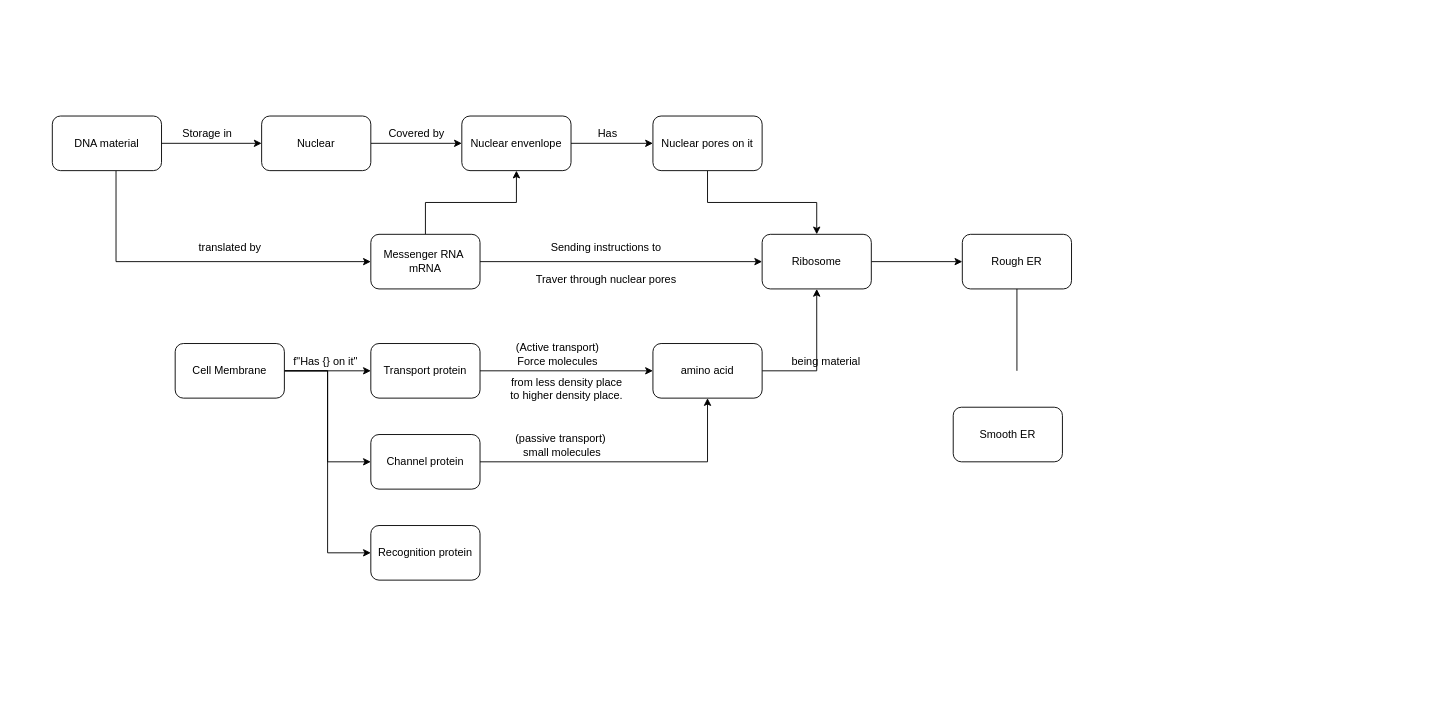
The draw.io diagram biology.drawio in lemuela1/LearnPython, before the edit. Source tidied: cells renumbered, new cells numbered last; positions are measured from the earlier drawing's top-left corner, leaving out a move shared by most shapes. Both pictures are drawn from the tidied source at 91%, with x=0, y=0 at pixel (52, 116).
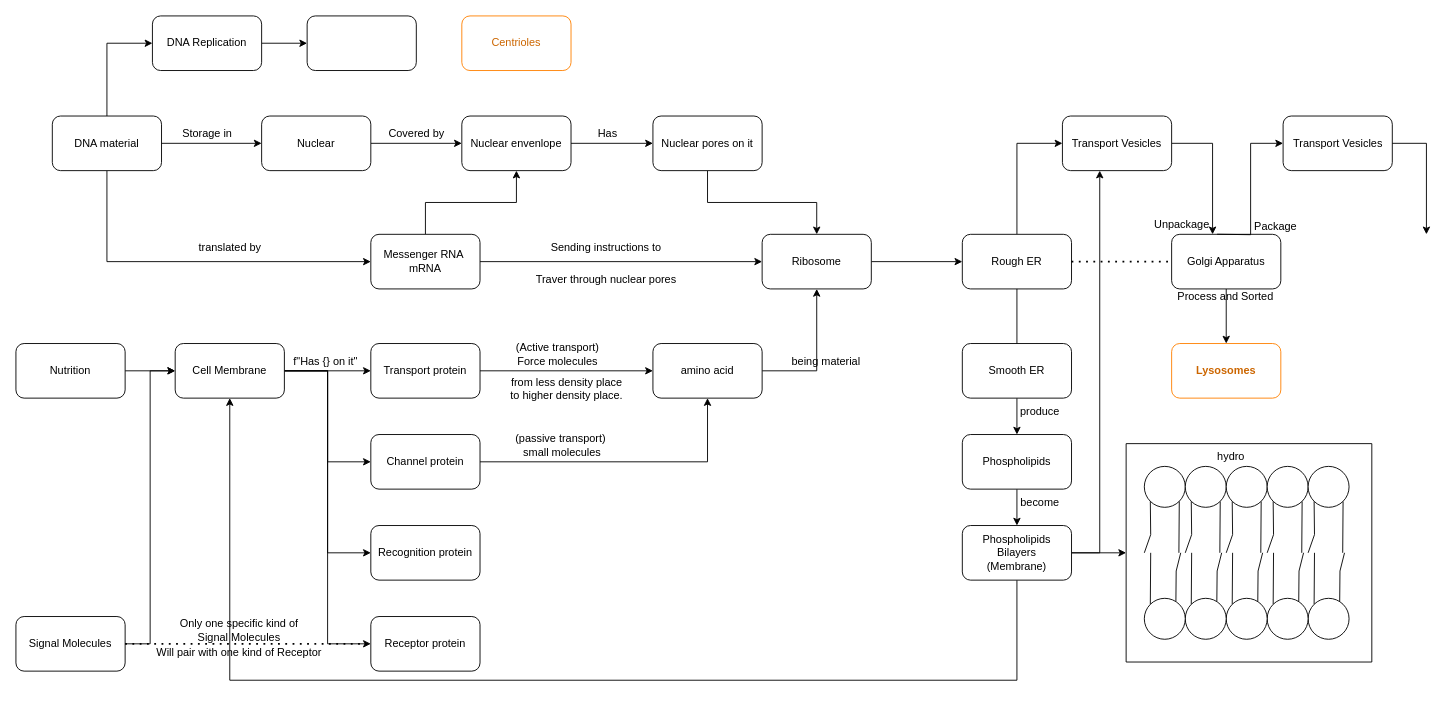
After the change.

The change refers to these unchanged cells:
```xml
<mxCell id="5" value="DNA material" style="rounded=1;whiteSpace=wrap;html=1;" parent="1" vertex="1">
  <mxGeometry width="120" height="60" as="geometry" />
</mxCell>
<mxCell id="16" value="Messenger RNA&amp;nbsp;&lt;br&gt;mRNA" style="rounded=1;whiteSpace=wrap;html=1;" parent="1" vertex="1">
  <mxGeometry x="350" y="130" width="120" height="60" as="geometry" />
</mxCell>
<mxCell id="28" value="Cell Membrane" style="rounded=1;whiteSpace=wrap;html=1;" parent="1" vertex="1">
  <mxGeometry x="135" y="250" width="120" height="60" as="geometry" />
</mxCell>
<mxCell id="41" value="Rough ER" style="rounded=1;whiteSpace=wrap;html=1;" parent="1" vertex="1">
  <mxGeometry x="1000" y="130" width="120" height="60" as="geometry" />
</mxCell>
```

Diff of the diagram source:
```diff
@@
     <mxCell id="4" style="edgeStyle=orthogonalEdgeStyle;rounded=0;jettySize=auto;html=1;entryX=0;entryY=0.5;entryDx=0;entryDy=0;" parent="1" edge="1" source="5" target="16">
       <mxGeometry relative="1" as="geometry">
         <Array as="points">
-          <mxPoint x="70" y="160" />
+          <mxPoint x="60" y="160" />
         </Array>
       </mxGeometry>
     </mxCell>
+    <mxCell id="44" style="edgeStyle=orthogonalEdgeStyle;rounded=0;jettySize=auto;html=1;fontColor=#CC6600;entryX=0;entryY=0.5;entryDx=0;entryDy=0;" parent="1" edge="1" source="5" target="120">
+      <mxGeometry relative="1" as="geometry" />
+    </mxCell>
@@
+    <mxCell id="45" style="edgeStyle=orthogonalEdgeStyle;rounded=0;jettySize=auto;html=1;entryX=0;entryY=0.5;entryDx=0;entryDy=0;" parent="1" edge="1" source="28" target="103">
+      <mxGeometry relative="1" as="geometry" />
+    </mxCell>
@@
+    <mxCell id="46" style="edgeStyle=orthogonalEdgeStyle;rounded=0;jettySize=auto;html=1;entryX=0;entryY=0.5;entryDx=0;entryDy=0;" parent="1" edge="1" source="41" target="109">
+      <mxGeometry relative="1" as="geometry" />
+    </mxCell>
@@
+    <mxCell id="47" style="edgeStyle=orthogonalEdgeStyle;rounded=0;jettySize=auto;html=1;exitX=0.5;exitY=1;exitDx=0;exitDy=0;entryX=0.5;entryY=0;entryDx=0;entryDy=0;" parent="1" edge="1" source="42" target="49">
+      <mxGeometry relative="1" as="geometry" />
+    </mxCell>
     <mxCell id="42" value="Smooth ER" style="rounded=1;whiteSpace=wrap;html=1;" parent="1" vertex="1">
-      <mxGeometry x="990" y="320" width="120" height="60" as="geometry" />
+      <mxGeometry x="1000" y="250" width="120" height="60" as="geometry" />
     </mxCell>
-    <mxCell id="43" style="endArrow=none;html=1;rounded=0;" parent="1" edge="1">
-      <mxGeometry relative="1" as="geometry">
-        <mxPoint x="1060" y="190" as="sourcePoint" />
-        <mxPoint x="1060" y="280" as="targetPoint" />
-      </mxGeometry>
+    <mxCell id="43" style="endArrow=none;html=1;rounded=0;exitX=0.5;exitY=1;exitDx=0;exitDy=0;entryX=0.5;entryY=0;entryDx=0;entryDy=0;" parent="1" edge="1" source="41" target="42">
+      <mxGeometry relative="1" as="geometry" />
     </mxCell>
+    <mxCell id="48" style="edgeStyle=orthogonalEdgeStyle;rounded=0;jettySize=auto;html=1;entryX=0.5;entryY=0;entryDx=0;entryDy=0;" parent="1" edge="1" source="49" target="54">
+      <mxGeometry relative="1" as="geometry" />
+    </mxCell>
+    <mxCell id="49" value="Phospholipids" style="rounded=1;whiteSpace=wrap;html=1;" parent="1" vertex="1">
+      <mxGeometry x="1000" y="350" width="120" height="60" as="geometry" />
+    </mxCell>
+    <mxCell id="50" value="produce" style="text;html=1;align=center;verticalAlign=middle;strokeColor=none;fillColor=none;" parent="1" vertex="1">
+      <mxGeometry x="1050" y="310" width="70" height="30" as="geometry" />
+    </mxCell>
+    <mxCell id="51" style="edgeStyle=orthogonalEdgeStyle;rounded=0;jettySize=auto;html=1;entryX=0.5;entryY=1;entryDx=0;entryDy=0;" parent="1" edge="1" source="54" target="28">
+      <mxGeometry relative="1" as="geometry">
+        <Array as="points">
+          <mxPoint x="1060" y="620" />
+          <mxPoint x="195" y="620" />
+        </Array>
+      </mxGeometry>
+    </mxCell>
+    <mxCell id="52" style="edgeStyle=orthogonalEdgeStyle;rounded=0;jettySize=auto;html=1;" parent="1" edge="1" source="54">
+      <mxGeometry relative="1" as="geometry">
+        <mxPoint x="1180" y="480" as="targetPoint" />
+      </mxGeometry>
+    </mxCell>
+    <mxCell id="53" style="edgeStyle=orthogonalEdgeStyle;rounded=0;jettySize=auto;html=1;" parent="1" edge="1" source="54" target="109">
+      <mxGeometry relative="1" as="geometry">
+        <Array as="points">
+          <mxPoint x="1151" y="480" />
+        </Array>
+      </mxGeometry>
+    </mxCell>
+    <mxCell id="54" value="Phospholipids Bilayers&lt;br&gt;(Membrane)" style="rounded=1;whiteSpace=wrap;html=1;" parent="1" vertex="1">
+      <mxGeometry x="1000" y="450" width="120" height="60" as="geometry" />
+    </mxCell>
+    <mxCell id="55" value="become" style="text;html=1;align=center;verticalAlign=middle;strokeColor=none;fillColor=none;" parent="1" vertex="1">
+      <mxGeometry x="1050" y="410" width="70" height="30" as="geometry" />
+    </mxCell>
+    <mxCell id="56" style="endArrow=none;html=1;rounded=0;" parent="1" edge="1">
+      <mxGeometry relative="1" as="geometry">
+        <mxPoint x="1180" y="600" as="sourcePoint" />
+        <mxPoint x="1180" y="360" as="targetPoint" />
+      </mxGeometry>
+    </mxCell>
+    <mxCell id="57" style="endArrow=none;html=1;rounded=0;" parent="1" edge="1">
+      <mxGeometry relative="1" as="geometry">
+        <mxPoint x="1450" y="600" as="sourcePoint" />
+        <mxPoint x="1450" y="360" as="targetPoint" />
+      </mxGeometry>
+    </mxCell>
+    <mxCell id="58" style="endArrow=none;html=1;rounded=0;" parent="1" edge="1">
+      <mxGeometry relative="1" as="geometry">
+        <mxPoint x="1450" y="360" as="sourcePoint" />
+        <mxPoint x="1180" y="360" as="targetPoint" />
+      </mxGeometry>
+    </mxCell>
+    <mxCell id="59" style="endArrow=none;html=1;rounded=0;" parent="1" edge="1">
+      <mxGeometry relative="1" as="geometry">
+        <mxPoint x="1180" y="600" as="sourcePoint" />
+        <mxPoint x="1450" y="600" as="targetPoint" />
+      </mxGeometry>
+    </mxCell>
+    <mxCell id="60" style="group;" parent="1" vertex="1">
+      <mxGeometry x="1390" y="502" width="45" height="95" as="geometry" />
+    </mxCell>
+    <mxCell id="61" style="group;" parent="60" vertex="1">
+      <mxGeometry x="-10" y="-22" width="45" height="95" as="geometry" />
+    </mxCell>
+    <mxCell id="62" style="endArrow=none;html=1;rounded=0;entryX=0;entryY=0;entryDx=0;entryDy=0;" parent="61" edge="1" target="64">
+      <mxGeometry relative="1" as="geometry">
+        <mxPoint x="7" as="sourcePoint" />
+      </mxGeometry>
+    </mxCell>
+    <mxCell id="63" style="endArrow=none;html=1;rounded=0;entryX=0.771;entryY=0.073;entryDx=0;entryDy=0;entryPerimeter=0;" parent="61" edge="1" target="64">
+      <mxGeometry relative="1" as="geometry">
+        <mxPoint x="40" as="sourcePoint" />
+        <Array as="points">
+          <mxPoint x="35" y="20" />
+        </Array>
+      </mxGeometry>
+    </mxCell>
+    <mxCell id="64" style="ellipse;whiteSpace=wrap;html=1;" parent="61" vertex="1">
+      <mxGeometry y="50" width="45" height="45" as="geometry" />
+    </mxCell>
+    <mxCell id="65" style="group;" parent="1" vertex="1">
+      <mxGeometry x="1335" y="480" width="45" height="95" as="geometry" />
+    </mxCell>
+    <mxCell id="66" style="endArrow=none;html=1;rounded=0;entryX=0;entryY=0;entryDx=0;entryDy=0;" parent="65" edge="1" target="68">
+      <mxGeometry relative="1" as="geometry">
+        <mxPoint x="7" as="sourcePoint" />
+      </mxGeometry>
+    </mxCell>
+    <mxCell id="67" style="endArrow=none;html=1;rounded=0;entryX=0.771;entryY=0.073;entryDx=0;entryDy=0;entryPerimeter=0;" parent="65" edge="1" target="68">
+      <mxGeometry relative="1" as="geometry">
+        <mxPoint x="40" as="sourcePoint" />
+        <Array as="points">
+          <mxPoint x="35" y="20" />
+        </Array>
+      </mxGeometry>
+    </mxCell>
+    <mxCell id="68" style="ellipse;whiteSpace=wrap;html=1;" parent="65" vertex="1">
+      <mxGeometry y="50" width="45" height="45" as="geometry" />
+    </mxCell>
+    <mxCell id="69" style="group;" parent="1" vertex="1">
+      <mxGeometry x="1290" y="480" width="45" height="95" as="geometry" />
+    </mxCell>
+    <mxCell id="70" style="endArrow=none;html=1;rounded=0;entryX=0;entryY=0;entryDx=0;entryDy=0;" parent="69" edge="1" target="72">
+      <mxGeometry relative="1" as="geometry">
+        <mxPoint x="7" as="sourcePoint" />
+      </mxGeometry>
+    </mxCell>
+    <mxCell id="71" style="endArrow=none;html=1;rounded=0;entryX=0.771;entryY=0.073;entryDx=0;entryDy=0;entryPerimeter=0;" parent="69" edge="1" target="72">
+      <mxGeometry relative="1" as="geometry">
+        <mxPoint x="40" as="sourcePoint" />
+        <Array as="points">
+          <mxPoint x="35" y="20" />
+        </Array>
+      </mxGeometry>
+    </mxCell>
+    <mxCell id="72" style="ellipse;whiteSpace=wrap;html=1;" parent="69" vertex="1">
+      <mxGeometry y="50" width="45" height="45" as="geometry" />
+    </mxCell>
+    <mxCell id="73" style="group;" parent="1" vertex="1">
+      <mxGeometry x="1245" y="480" width="45" height="95" as="geometry" />
+    </mxCell>
+    <mxCell id="74" style="endArrow=none;html=1;rounded=0;entryX=0;entryY=0;entryDx=0;entryDy=0;" parent="73" edge="1" target="76">
+      <mxGeometry relative="1" as="geometry">
+        <mxPoint x="7" as="sourcePoint" />
+      </mxGeometry>
+    </mxCell>
+    <mxCell id="75" style="endArrow=none;html=1;rounded=0;entryX=0.771;entryY=0.073;entryDx=0;entryDy=0;entryPerimeter=0;" parent="73" edge="1" target="76">
+      <mxGeometry relative="1" as="geometry">
+        <mxPoint x="40" as="sourcePoint" />
+        <Array as="points">
+          <mxPoint x="35" y="20" />
+        </Array>
+      </mxGeometry>
+    </mxCell>
+    <mxCell id="76" style="ellipse;whiteSpace=wrap;html=1;" parent="73" vertex="1">
+      <mxGeometry y="50" width="45" height="45" as="geometry" />
+    </mxCell>
+    <mxCell id="77" style="group;" parent="1" vertex="1">
+      <mxGeometry x="1200" y="480" width="45" height="95" as="geometry" />
+    </mxCell>
+    <mxCell id="78" style="endArrow=none;html=1;rounded=0;entryX=0;entryY=0;entryDx=0;entryDy=0;" parent="77" edge="1" target="80">
+      <mxGeometry relative="1" as="geometry">
+        <mxPoint x="7" as="sourcePoint" />
+      </mxGeometry>
+    </mxCell>
+    <mxCell id="79" style="endArrow=none;html=1;rounded=0;entryX=0.771;entryY=0.073;entryDx=0;entryDy=0;entryPerimeter=0;" parent="77" edge="1" target="80">
+      <mxGeometry relative="1" as="geometry">
+        <mxPoint x="40" as="sourcePoint" />
+        <Array as="points">
+          <mxPoint x="35" y="20" />
+        </Array>
+      </mxGeometry>
+    </mxCell>
+    <mxCell id="80" style="ellipse;whiteSpace=wrap;html=1;" parent="77" vertex="1">
+      <mxGeometry y="50" width="45" height="45" as="geometry" />
+    </mxCell>
+    <mxCell id="81" style="group;" parent="1" vertex="1">
+      <mxGeometry x="1200" y="385" width="225" height="95" as="geometry" />
+    </mxCell>
+    <mxCell id="82" style="ellipse;whiteSpace=wrap;html=1;" parent="81" vertex="1">
+      <mxGeometry width="45" height="45" as="geometry" />
+    </mxCell>
+    <mxCell id="83" style="endArrow=none;html=1;rounded=0;entryX=1;entryY=1;entryDx=0;entryDy=0;" parent="81" edge="1" target="82">
+      <mxGeometry relative="1" as="geometry">
+        <mxPoint x="38" y="95" as="sourcePoint" />
+      </mxGeometry>
+    </mxCell>
+    <mxCell id="84" style="endArrow=none;html=1;rounded=0;entryX=0;entryY=1;entryDx=0;entryDy=0;" parent="81" edge="1" target="82">
+      <mxGeometry relative="1" as="geometry">
+        <mxPoint y="95" as="sourcePoint" />
+        <Array as="points">
+          <mxPoint x="7" y="75" />
+        </Array>
+      </mxGeometry>
+    </mxCell>
+    <mxCell id="85" style="endArrow=none;html=1;rounded=0;entryX=1;entryY=1;entryDx=0;entryDy=0;" parent="81" edge="1" target="87">
+      <mxGeometry relative="1" as="geometry">
+        <mxPoint x="83" y="95" as="sourcePoint" />
+      </mxGeometry>
+    </mxCell>
+    <mxCell id="86" style="endArrow=none;html=1;rounded=0;entryX=0;entryY=1;entryDx=0;entryDy=0;" parent="81" edge="1" target="87">
+      <mxGeometry relative="1" as="geometry">
+        <mxPoint x="45" y="95" as="sourcePoint" />
+        <Array as="points">
+          <mxPoint x="52" y="75" />
+        </Array>
+      </mxGeometry>
+    </mxCell>
+    <mxCell id="87" style="ellipse;whiteSpace=wrap;html=1;" parent="81" vertex="1">
+      <mxGeometry x="45" width="45" height="45" as="geometry" />
+    </mxCell>
+    <mxCell id="88" style="endArrow=none;html=1;rounded=0;entryX=1;entryY=1;entryDx=0;entryDy=0;" parent="81" edge="1" target="90">
+      <mxGeometry relative="1" as="geometry">
+        <mxPoint x="128" y="95" as="sourcePoint" />
+      </mxGeometry>
+    </mxCell>
+    <mxCell id="89" style="endArrow=none;html=1;rounded=0;entryX=0;entryY=1;entryDx=0;entryDy=0;" parent="81" edge="1" target="90">
+      <mxGeometry relative="1" as="geometry">
+        <mxPoint x="90" y="95" as="sourcePoint" />
+        <Array as="points">
+          <mxPoint x="97" y="75" />
+        </Array>
+      </mxGeometry>
+    </mxCell>
+    <mxCell id="90" style="ellipse;whiteSpace=wrap;html=1;" parent="81" vertex="1">
+      <mxGeometry x="90" width="45" height="45" as="geometry" />
+    </mxCell>
+    <mxCell id="91" style="endArrow=none;html=1;rounded=0;entryX=1;entryY=1;entryDx=0;entryDy=0;" parent="81" edge="1" target="93">
+      <mxGeometry relative="1" as="geometry">
+        <mxPoint x="173" y="95" as="sourcePoint" />
+      </mxGeometry>
+    </mxCell>
+    <mxCell id="92" style="endArrow=none;html=1;rounded=0;entryX=0;entryY=1;entryDx=0;entryDy=0;" parent="81" edge="1" target="93">
+      <mxGeometry relative="1" as="geometry">
+        <mxPoint x="135" y="95" as="sourcePoint" />
+        <Array as="points">
+          <mxPoint x="142" y="75" />
+        </Array>
+      </mxGeometry>
+    </mxCell>
+    <mxCell id="93" style="ellipse;whiteSpace=wrap;html=1;" parent="81" vertex="1">
+      <mxGeometry x="135" width="45" height="45" as="geometry" />
+    </mxCell>
+    <mxCell id="94" style="endArrow=none;html=1;rounded=0;entryX=1;entryY=1;entryDx=0;entryDy=0;" parent="81" edge="1" target="96">
+      <mxGeometry relative="1" as="geometry">
+        <mxPoint x="218" y="95" as="sourcePoint" />
+      </mxGeometry>
+    </mxCell>
+    <mxCell id="95" style="endArrow=none;html=1;rounded=0;entryX=0;entryY=1;entryDx=0;entryDy=0;" parent="81" edge="1" target="96">
+      <mxGeometry relative="1" as="geometry">
+        <mxPoint x="180" y="95" as="sourcePoint" />
+        <Array as="points">
+          <mxPoint x="187" y="75" />
+        </Array>
+      </mxGeometry>
+    </mxCell>
+    <mxCell id="96" style="ellipse;whiteSpace=wrap;html=1;" parent="81" vertex="1">
+      <mxGeometry x="180" width="45" height="45" as="geometry" />
+    </mxCell>
+    <mxCell id="97" value="hydro" style="text;html=1;align=center;verticalAlign=middle;strokeColor=none;fillColor=none;" parent="1" vertex="1">
+      <mxGeometry x="1270" y="360" width="50" height="30" as="geometry" />
+    </mxCell>
+    <mxCell id="98" style="edgeStyle=orthogonalEdgeStyle;rounded=0;jettySize=auto;html=1;entryX=0;entryY=0.5;entryDx=0;entryDy=0;" parent="1" edge="1" source="99" target="28">
+      <mxGeometry relative="1" as="geometry" />
+    </mxCell>
+    <mxCell id="99" value="Nutrition" style="rounded=1;whiteSpace=wrap;html=1;" parent="1" vertex="1">
+      <mxGeometry x="-40" y="250" width="120" height="60" as="geometry" />
+    </mxCell>
+    <mxCell id="100" style="edgeStyle=orthogonalEdgeStyle;rounded=0;jettySize=auto;html=1;entryX=0;entryY=0.5;entryDx=0;entryDy=0;" parent="1" edge="1" source="101" target="28">
+      <mxGeometry relative="1" as="geometry" />
+    </mxCell>
+    <mxCell id="101" value="Signal Molecules" style="rounded=1;whiteSpace=wrap;html=1;" parent="1" vertex="1">
+      <mxGeometry x="-40" y="550" width="120" height="60" as="geometry" />
+    </mxCell>
+    <mxCell id="102" style="endArrow=none;dashed=1;html=1;dashPattern=1 3;strokeWidth=2;rounded=0;exitX=1;exitY=0.5;exitDx=0;exitDy=0;entryX=0;entryY=0.5;entryDx=0;entryDy=0;" parent="1" edge="1" source="101" target="103">
+      <mxGeometry relative="1" as="geometry" />
+    </mxCell>
+    <mxCell id="103" value="Receptor protein" style="rounded=1;whiteSpace=wrap;html=1;" parent="1" vertex="1">
+      <mxGeometry x="350" y="550" width="120" height="60" as="geometry" />
+    </mxCell>
+    <mxCell id="104" value="Only one specific kind of&lt;br&gt;Signal Molecules" style="text;html=1;align=center;verticalAlign=middle;strokeColor=none;fillColor=none;" parent="1" vertex="1">
+      <mxGeometry x="130" y="545" width="150" height="40" as="geometry" />
+    </mxCell>
+    <mxCell id="105" value="Will pair with one kind of Receptor" style="text;html=1;align=center;verticalAlign=middle;strokeColor=none;fillColor=none;" parent="1" vertex="1">
+      <mxGeometry x="105" y="575" width="200" height="30" as="geometry" />
+    </mxCell>
+    <mxCell id="106" style="edgeStyle=orthogonalEdgeStyle;rounded=0;jettySize=auto;html=1;entryX=0.5;entryY=0;entryDx=0;entryDy=0;" parent="1" edge="1" source="107" target="117">
+      <mxGeometry relative="1" as="geometry" />
+    </mxCell>
+    <mxCell id="107" value="Golgi Apparatus" style="rounded=1;whiteSpace=wrap;html=1;" parent="1" vertex="1">
+      <mxGeometry x="1230" y="130" width="120" height="60" as="geometry" />
+    </mxCell>
+    <mxCell id="108" style="edgeStyle=orthogonalEdgeStyle;rounded=0;jettySize=auto;html=1;" parent="1" edge="1" source="109">
+      <mxGeometry relative="1" as="geometry">
+        <mxPoint x="1275" y="130" as="targetPoint" />
+        <Array as="points">
+          <mxPoint x="1275" y="30" />
+        </Array>
+      </mxGeometry>
+    </mxCell>
+    <mxCell id="109" value="Transport Vesicles" style="rounded=1;whiteSpace=wrap;html=1;" parent="1" vertex="1">
+      <mxGeometry x="1110" width="120" height="60" as="geometry" />
+    </mxCell>
+    <mxCell id="110" style="endArrow=none;dashed=1;html=1;dashPattern=1 3;strokeWidth=2;rounded=0;exitX=1;exitY=0.5;exitDx=0;exitDy=0;entryX=0;entryY=0.5;entryDx=0;entryDy=0;" parent="1" edge="1" source="41" target="107">
+      <mxGeometry relative="1" as="geometry" />
+    </mxCell>
+    <mxCell id="111" style="edgeStyle=orthogonalEdgeStyle;rounded=0;jettySize=auto;html=1;entryX=0;entryY=0.5;entryDx=0;entryDy=0;" parent="1" edge="1" target="112">
+      <mxGeometry relative="1" as="geometry">
+        <mxPoint x="1280" y="129.9" as="sourcePoint" />
+      </mxGeometry>
+    </mxCell>
+    <mxCell id="112" value="Transport Vesicles" style="rounded=1;whiteSpace=wrap;html=1;" parent="1" vertex="1">
+      <mxGeometry x="1352.5" width="120" height="60" as="geometry" />
+    </mxCell>
+    <mxCell id="113" style="edgeStyle=orthogonalEdgeStyle;rounded=0;jettySize=auto;html=1;" parent="1" edge="1" source="112">
+      <mxGeometry relative="1" as="geometry">
+        <mxPoint x="1510" y="130" as="targetPoint" />
+        <Array as="points">
+          <mxPoint x="1510" y="30" />
+          <mxPoint x="1510" y="130" />
+        </Array>
+      </mxGeometry>
+    </mxCell>
+    <mxCell id="114" value="Unpackage" style="text;html=1;align=center;verticalAlign=middle;strokeColor=none;fillColor=none;" parent="1" vertex="1">
+      <mxGeometry x="1201" y="104" width="80" height="30" as="geometry" />
+    </mxCell>
+    <mxCell id="115" value="Package" style="text;html=1;align=center;verticalAlign=middle;strokeColor=none;fillColor=none;" parent="1" vertex="1">
+      <mxGeometry x="1309" y="107" width="70" height="30" as="geometry" />
+    </mxCell>
+    <mxCell id="116" value="Process and Sorted" style="text;html=1;align=center;verticalAlign=middle;strokeColor=none;fillColor=none;" parent="1" vertex="1">
+      <mxGeometry x="1224" y="184" width="130" height="30" as="geometry" />
+    </mxCell>
+    <mxCell id="117" value="&lt;b&gt;Lysosomes&lt;/b&gt;" style="rounded=1;whiteSpace=wrap;html=1;strokeColor=#FF8000;fontColor=#CC6600;" parent="1" vertex="1">
+      <mxGeometry x="1230" y="250" width="120" height="60" as="geometry" />
+    </mxCell>
+    <mxCell id="118" value="Centrioles" style="rounded=1;whiteSpace=wrap;html=1;strokeColor=#FF8000;fontColor=#CC6600;" parent="1" vertex="1">
+      <mxGeometry x="450" y="-110" width="120" height="60" as="geometry" />
+    </mxCell>
+    <mxCell id="119" style="edgeStyle=orthogonalEdgeStyle;rounded=0;jettySize=auto;html=1;fontColor=#000000;entryX=0;entryY=0.5;entryDx=0;entryDy=0;" parent="1" edge="1" source="120" target="121">
+      <mxGeometry relative="1" as="geometry" />
+    </mxCell>
+    <mxCell id="120" value="DNA Replication" style="rounded=1;whiteSpace=wrap;html=1;strokeColor=#000000;fontColor=#000000;" parent="1" vertex="1">
+      <mxGeometry x="110" y="-110" width="120" height="60" as="geometry" />
+    </mxCell>
+    <mxCell id="121" style="rounded=1;whiteSpace=wrap;html=1;strokeColor=#000000;fontColor=#000000;" parent="1" vertex="1">
+      <mxGeometry x="280" y="-110" width="120" height="60" as="geometry" />
+    </mxCell>
```
